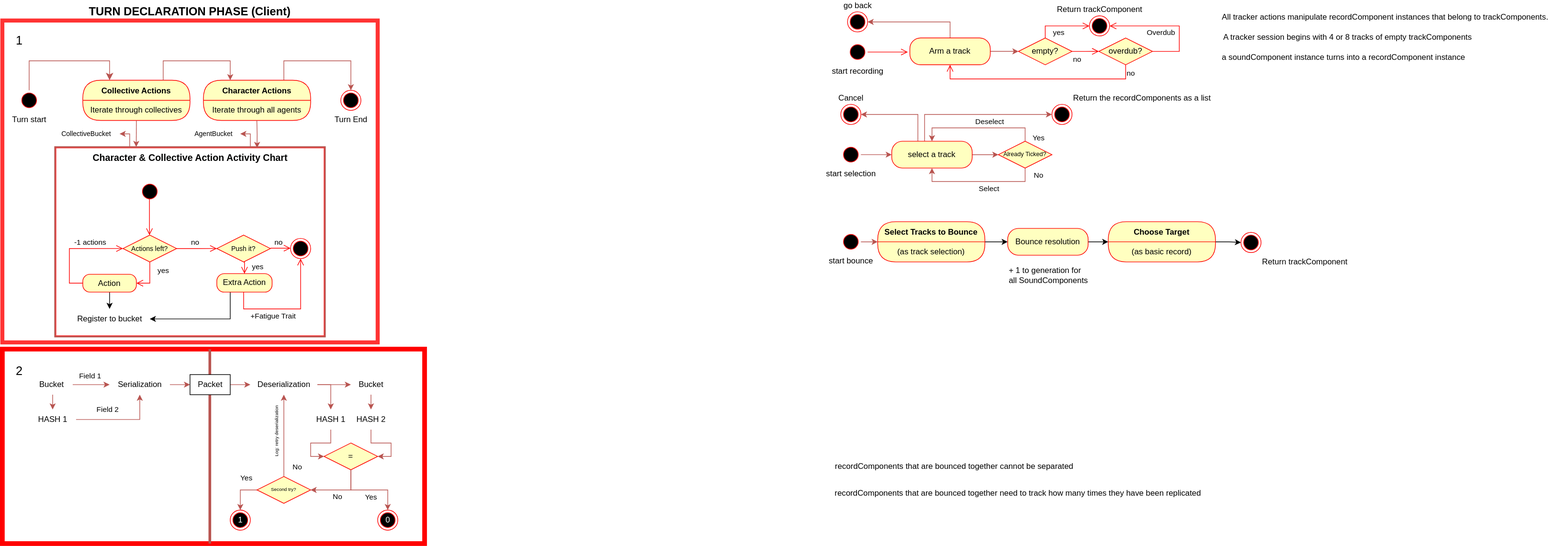
The draw.io diagram TheProspector/Assets/Schematics/Activity.svg in SakuNurmiranta/TheProspector, before a commit. Source tidied: cells renumbered, new cells last; positions are measured from the earlier drawing's top-left corner, leaving out a move shared by most shapes.
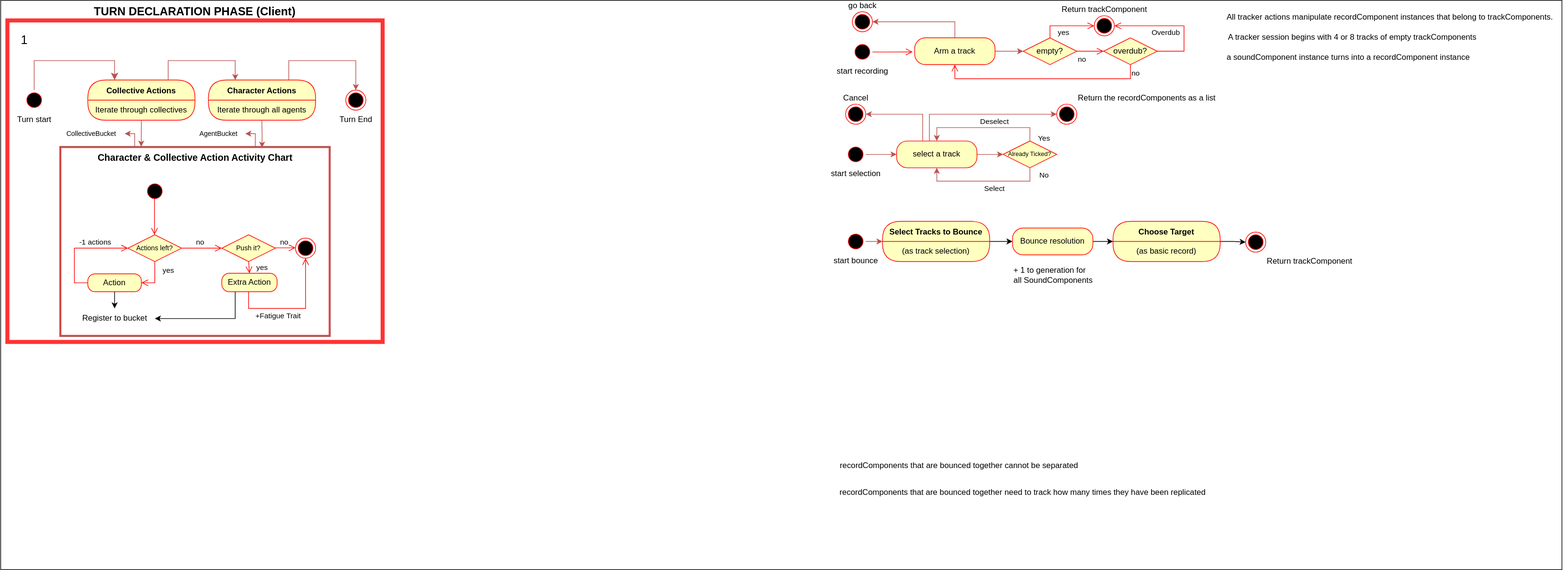
After the commit.

Change to the diagram source:
```diff
@@ -150,8 +150,11 @@
       <mxGeometry x="340" y="240" width="30" height="30" as="geometry" />
     </mxCell>
     <mxCell id="41" style="group;" parent="1" vertex="1">
-      <mxGeometry y="20" width="560" height="480" as="geometry" />
+      <mxGeometry y="20" width="2320" height="820" as="geometry" />
     </mxCell>
+    <mxCell id="127" style="whiteSpace=wrap;html=1;" parent="41" vertex="1">
+      <mxGeometry x="-10" y="-30" width="2330" height="850" as="geometry" />
+    </mxCell>
     <mxCell id="42" value="&lt;font style=&quot;font-size: 17px;&quot;&gt;&lt;b&gt;TURN DECLARATION PHASE (Client)&lt;/b&gt;&lt;/font&gt;" style="whiteSpace=wrap;html=1;strokeColor=#FF3333;labelPosition=center;verticalLabelPosition=top;align=center;verticalAlign=bottom;strokeWidth=6;" parent="41" vertex="1">
       <mxGeometry width="560" height="480" as="geometry" />
     </mxCell>
```
